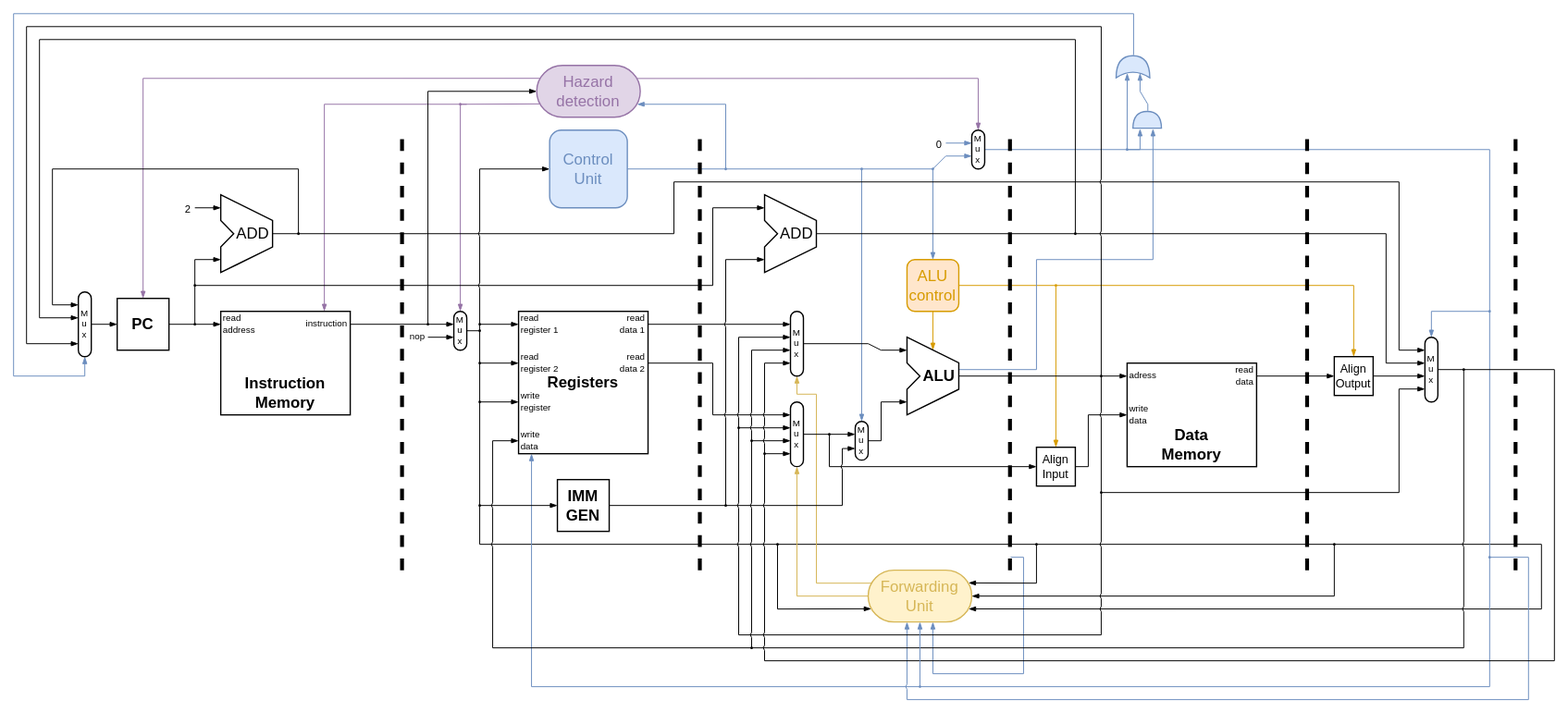
The draw.io diagram cpu_design.svg in FenFM/Advanced-VLSI-Design, before a commit. Source tidied: cells renumbered, new cells last; positions are measured from the earlier drawing's top-left corner, leaving out a move shared by most shapes.
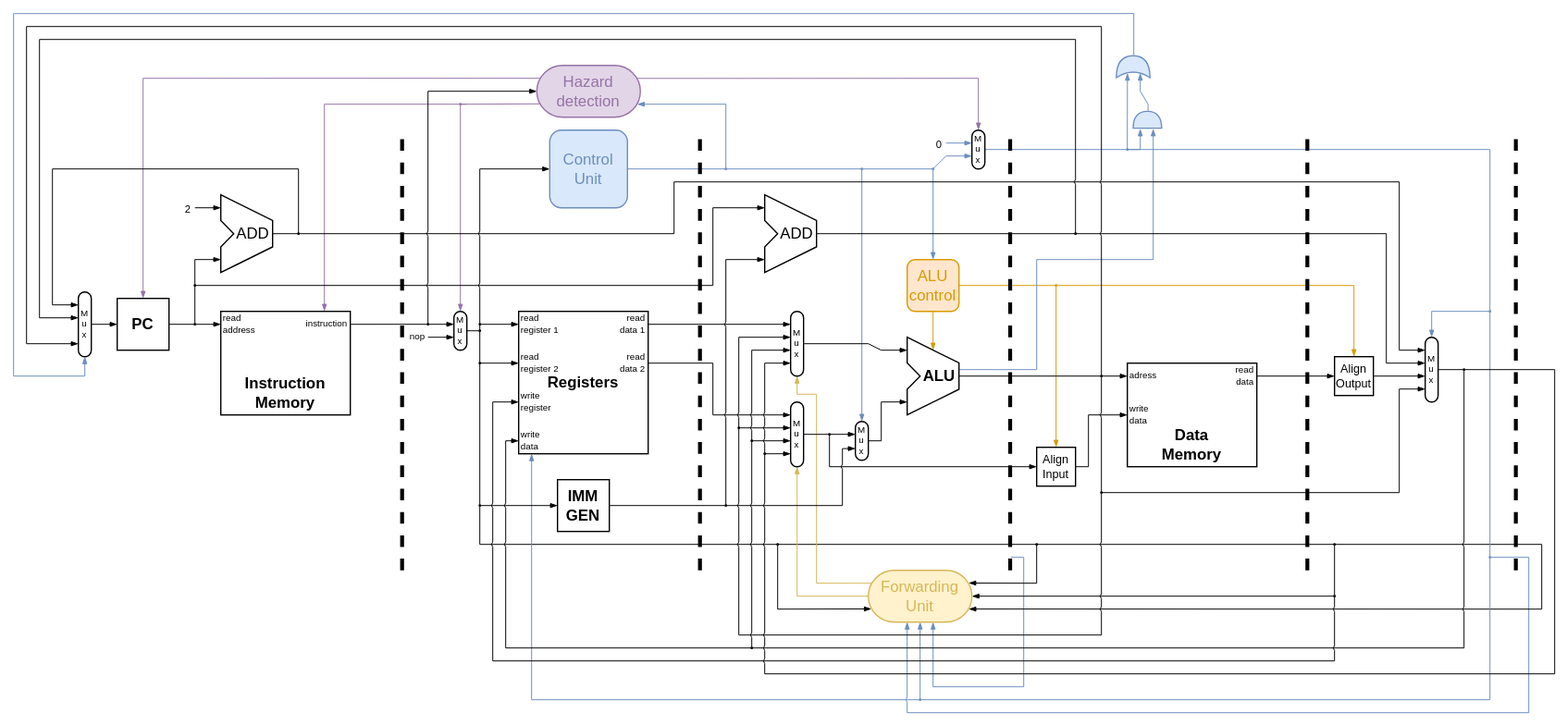
Above is the later version.

What changed in the source:
```diff
@@ -2,9 +2,37 @@
   <root>
     <mxCell id="0" />
     <mxCell id="1" parent="0" />
-    <mxCell id="2" style="rounded=0;whiteSpace=wrap;html=1;strokeColor=none;" parent="1" vertex="1">
-      <mxGeometry width="1210" height="550" as="geometry" />
-    </mxCell>
+    <mxCell id="151" style="rounded=0;whiteSpace=wrap;html=1;strokeColor=none;" parent="1" vertex="1">
+      <mxGeometry width="1210" height="560" as="geometry" />
+    </mxCell>
+    <mxCell id="4" style="endArrow=blockThin;html=1;rounded=0;strokeColor=#6c8ebf;strokeWidth=0.7;align=center;verticalAlign=middle;fontFamily=Helvetica;fontSize=11;fontColor=default;labelBackgroundColor=default;startSize=4;endFill=1;endSize=4;fillColor=#dae8fc;entryX=0.625;entryY=1;entryDx=0;entryDy=0;entryPerimeter=0;" parent="1" edge="1" target="58">
+      <mxGeometry relative="1" as="geometry">
+        <mxPoint x="780" y="430" as="sourcePoint" />
+        <Array as="points">
+          <mxPoint x="790" y="430" />
+          <mxPoint x="790" y="530" />
+          <mxPoint x="720" y="530" />
+        </Array>
+      </mxGeometry>
+    </mxCell>
+    <mxCell id="11" style="endArrow=blockThin;html=1;rounded=0;strokeColor=#6c8ebf;strokeWidth=0.7;align=center;verticalAlign=middle;fontFamily=Helvetica;fontSize=11;fontColor=default;labelBackgroundColor=default;startSize=4;endFill=1;endSize=4;fillColor=#dae8fc;entryX=0.375;entryY=1;entryDx=0;entryDy=0;entryPerimeter=0;" parent="1" edge="1" target="58">
+      <mxGeometry relative="1" as="geometry">
+        <mxPoint x="1150" y="430" as="sourcePoint" />
+        <Array as="points">
+          <mxPoint x="1180" y="430" />
+          <mxPoint x="1180" y="550" />
+          <mxPoint x="700" y="550" />
+          <mxPoint x="700" y="542" />
+          <mxPoint x="699" y="540" />
+          <mxPoint x="700" y="538" />
+        </Array>
+      </mxGeometry>
+    </mxCell>
+    <mxCell id="145" style="endArrow=blockThin;html=1;rounded=0;fillColor=#dae8fc;strokeColor=#6c8ebf;strokeWidth=0.7;align=center;verticalAlign=middle;fontFamily=Helvetica;fontSize=11;fontColor=default;labelBackgroundColor=default;startSize=4;endFill=1;endSize=4;entryX=0.5;entryY=1;entryDx=0;entryDy=0;" parent="1" edge="1" target="58">
+      <mxGeometry relative="1" as="geometry">
+        <mxPoint x="710" y="540" as="sourcePoint" />
+      </mxGeometry>
+    </mxCell>
     <mxCell id="3" style="endArrow=blockThin;html=1;rounded=0;fillColor=#e1d5e7;strokeColor=#9673a6;strokeWidth=0.7;align=center;verticalAlign=middle;fontFamily=Helvetica;fontSize=11;fontColor=default;labelBackgroundColor=default;startSize=4;endFill=1;endSize=4;entryX=0.5;entryY=0;entryDx=0;entryDy=0;" parent="1" edge="1" target="31">
       <mxGeometry relative="1" as="geometry">
         <mxPoint x="360" y="80" as="sourcePoint" />
@@ -13,16 +41,6 @@
         </Array>
       </mxGeometry>
     </mxCell>
-    <mxCell id="4" style="endArrow=blockThin;html=1;rounded=0;strokeColor=#6c8ebf;strokeWidth=0.7;align=center;verticalAlign=middle;fontFamily=Helvetica;fontSize=11;fontColor=default;labelBackgroundColor=default;startSize=4;endFill=1;endSize=4;fillColor=#dae8fc;entryX=0.625;entryY=1;entryDx=0;entryDy=0;entryPerimeter=0;" parent="1" edge="1" target="58">
-      <mxGeometry relative="1" as="geometry">
-        <mxPoint x="780" y="430" as="sourcePoint" />
-        <Array as="points">
-          <mxPoint x="790" y="430" />
-          <mxPoint x="790" y="520" />
-          <mxPoint x="720" y="520" />
-        </Array>
-      </mxGeometry>
-    </mxCell>
     <mxCell id="5" style="endArrow=blockThin;html=1;rounded=0;strokeColor=default;strokeWidth=0.7;align=center;verticalAlign=middle;fontFamily=Helvetica;fontSize=11;fontColor=default;labelBackgroundColor=default;startSize=4;endFill=1;endSize=4;entryX=0.969;entryY=0.246;entryDx=0;entryDy=0;entryPerimeter=0;" parent="1" edge="1" target="58">
       <mxGeometry relative="1" as="geometry">
         <mxPoint x="800" y="420" as="sourcePoint" />
@@ -64,24 +82,11 @@
         <mxPoint x="870" y="115" as="sourcePoint" />
         <Array as="points">
           <mxPoint x="1150" y="115" />
-          <mxPoint x="1150" y="530" />
-          <mxPoint x="410" y="530" />
+          <mxPoint x="1150" y="540" />
+          <mxPoint x="410" y="540" />
         </Array>
       </mxGeometry>
     </mxCell>
-    <mxCell id="11" style="endArrow=blockThin;html=1;rounded=0;strokeColor=#6c8ebf;strokeWidth=0.7;align=center;verticalAlign=middle;fontFamily=Helvetica;fontSize=11;fontColor=default;labelBackgroundColor=default;startSize=4;endFill=1;endSize=4;fillColor=#dae8fc;entryX=0.375;entryY=1;entryDx=0;entryDy=0;entryPerimeter=0;" parent="1" edge="1" target="58">
-      <mxGeometry relative="1" as="geometry">
-        <mxPoint x="1150" y="430" as="sourcePoint" />
-        <Array as="points">
-          <mxPoint x="1180" y="430" />
-          <mxPoint x="1180" y="540" />
-          <mxPoint x="700" y="540" />
-          <mxPoint x="700" y="532" />
-          <mxPoint x="699" y="530" />
-          <mxPoint x="700" y="528" />
-        </Array>
-      </mxGeometry>
-    </mxCell>
     <mxCell id="12" style="endArrow=blockThin;html=1;rounded=0;fillColor=#ffe6cc;strokeColor=#d79b00;strokeWidth=0.7;align=center;verticalAlign=middle;fontFamily=Helvetica;fontSize=11;fontColor=default;labelBackgroundColor=default;startSize=4;endFill=1;endSize=4;exitX=1;exitY=0.5;exitDx=0;exitDy=0;entryX=0.5;entryY=0;entryDx=0;entryDy=0;" parent="1" edge="1" source="59" target="67">
       <mxGeometry relative="1" as="geometry">
         <Array as="points">
@@ -202,6 +207,12 @@
       <mxGeometry relative="1" as="geometry">
         <mxPoint x="330" y="250" as="sourcePoint" />
         <Array as="points">
+          <mxPoint x="330" y="222" />
+          <mxPoint x="329" y="220" />
+          <mxPoint x="330" y="218" />
+          <mxPoint x="330" y="182" />
+          <mxPoint x="329" y="180" />
+          <mxPoint x="330" y="178" />
           <mxPoint x="330" y="70" />
         </Array>
       </mxGeometry>
@@ -428,11 +439,6 @@
         <mxPoint x="370" y="280" as="sourcePoint" />
       </mxGeometry>
     </mxCell>
-    <mxCell id="89" style="endArrow=blockThin;html=1;rounded=0;strokeColor=default;strokeWidth=0.7;align=center;verticalAlign=middle;fontFamily=Helvetica;fontSize=11;fontColor=default;labelBackgroundColor=default;startSize=4;endFill=1;endSize=4;entryX=0;entryY=0.5;entryDx=0;entryDy=0;" parent="1" edge="1" target="43">
-      <mxGeometry relative="1" as="geometry">
-        <mxPoint x="370" y="310" as="sourcePoint" />
-      </mxGeometry>
-    </mxCell>
     <mxCell id="90" style="endArrow=blockThin;html=1;rounded=0;strokeColor=default;strokeWidth=0.7;align=center;verticalAlign=middle;fontFamily=Helvetica;fontSize=11;fontColor=default;labelBackgroundColor=default;startSize=4;endFill=1;endSize=4;entryX=0;entryY=0.5;entryDx=0;entryDy=0;exitX=1;exitY=0.5;exitDx=0;exitDy=0;" parent="1" edge="1" source="68" target="44">
       <mxGeometry relative="1" as="geometry">
         <Array as="points">
@@ -444,23 +450,20 @@
           <mxPoint x="1129" y="470" />
           <mxPoint x="1130" y="472" />
           <mxPoint x="1130" y="500" />
-          <mxPoint x="380" y="500" />
-          <mxPoint x="380" y="422" />
-          <mxPoint x="379" y="420" />
-          <mxPoint x="380" y="418" />
-          <mxPoint x="380" y="392" />
-          <mxPoint x="379" y="390" />
-          <mxPoint x="380" y="388" />
-          <mxPoint x="380" y="340" />
+          <mxPoint x="390" y="500" />
+          <mxPoint x="390" y="422" />
+          <mxPoint x="389" y="420" />
+          <mxPoint x="390" y="418" />
+          <mxPoint x="390" y="392" />
+          <mxPoint x="389" y="390" />
+          <mxPoint x="390" y="388" />
+          <mxPoint x="390" y="340" />
         </Array>
       </mxGeometry>
     </mxCell>
     <mxCell id="91" style="ellipse;whiteSpace=wrap;html=1;fillColor=#000000;strokeColor=none;" parent="1" vertex="1">
       <mxGeometry x="369" y="279" width="2" height="2" as="geometry" />
     </mxCell>
-    <mxCell id="92" style="ellipse;whiteSpace=wrap;html=1;fillColor=#000000;strokeColor=none;" parent="1" vertex="1">
-      <mxGeometry x="369" y="309" width="2" height="2" as="geometry" />
-    </mxCell>
     <mxCell id="93" style="ellipse;whiteSpace=wrap;html=1;fillColor=#000000;strokeColor=none;" parent="1" vertex="1">
       <mxGeometry x="369" y="389" width="2" height="2" as="geometry" />
     </mxCell>
@@ -566,8 +569,11 @@
         <mxPoint x="1130" y="285" as="sourcePoint" />
         <Array as="points">
           <mxPoint x="1200" y="285" />
-          <mxPoint x="1200" y="510" />
-          <mxPoint x="590" y="510" />
+          <mxPoint x="1200" y="520" />
+          <mxPoint x="590" y="520" />
+          <mxPoint x="590" y="512" />
+          <mxPoint x="589" y="510" />
+          <mxPoint x="590" y="508" />
           <mxPoint x="590" y="502" />
           <mxPoint x="589" y="500" />
           <mxPoint x="590" y="498" />
@@ -648,6 +654,9 @@
       <mxGeometry relative="1" as="geometry">
         <Array as="points">
           <mxPoint x="830" y="180" />
+          <mxPoint x="830" y="142" />
+          <mxPoint x="829" y="140" />
+          <mxPoint x="830" y="138" />
           <mxPoint x="830" y="30" />
           <mxPoint x="30" y="30" />
           <mxPoint x="30" y="245" />
@@ -807,13 +816,8 @@
     <mxCell id="144" style="ellipse;whiteSpace=wrap;html=1;fillColor=#000000;strokeColor=none;" parent="1" vertex="1">
       <mxGeometry x="1029" y="419" width="2" height="2" as="geometry" />
     </mxCell>
-    <mxCell id="145" style="endArrow=blockThin;html=1;rounded=0;fillColor=#dae8fc;strokeColor=#6c8ebf;strokeWidth=0.7;align=center;verticalAlign=middle;fontFamily=Helvetica;fontSize=11;fontColor=default;labelBackgroundColor=default;startSize=4;endFill=1;endSize=4;entryX=0.5;entryY=1;entryDx=0;entryDy=0;" parent="1" edge="1" target="58">
-      <mxGeometry relative="1" as="geometry">
-        <mxPoint x="710" y="530" as="sourcePoint" />
-      </mxGeometry>
-    </mxCell>
     <mxCell id="146" style="ellipse;whiteSpace=wrap;html=1;fillColor=#6C8EBF;strokeColor=none;" parent="1" vertex="1">
-      <mxGeometry x="709" y="529" width="2" height="2" as="geometry" />
+      <mxGeometry x="709" y="539" width="2" height="2" as="geometry" />
     </mxCell>
     <mxCell id="147" style="ellipse;whiteSpace=wrap;html=1;fillColor=#6C8EBF;strokeColor=none;" parent="1" vertex="1">
       <mxGeometry x="1149" y="429" width="2" height="2" as="geometry" />
@@ -832,5 +836,30 @@
     <mxCell id="150" style="ellipse;whiteSpace=wrap;html=1;fillColor=#6C8EBF;strokeColor=none;" parent="1" vertex="1">
       <mxGeometry x="1149" y="239" width="2" height="2" as="geometry" />
     </mxCell>
+    <mxCell id="152" style="endArrow=blockThin;html=1;rounded=0;strokeColor=default;strokeWidth=0.7;align=center;verticalAlign=middle;fontFamily=Helvetica;fontSize=11;fontColor=default;labelBackgroundColor=default;startSize=4;endFill=1;endSize=4;entryX=0;entryY=0.5;entryDx=0;entryDy=0;" parent="1" edge="1" target="43">
+      <mxGeometry relative="1" as="geometry">
+        <mxPoint x="1030" y="460" as="sourcePoint" />
+        <Array as="points">
+          <mxPoint x="1030" y="468" />
+          <mxPoint x="1029" y="470" />
+          <mxPoint x="1030" y="472" />
+          <mxPoint x="1030" y="498" />
+          <mxPoint x="1029" y="500" />
+          <mxPoint x="1030" y="502" />
+          <mxPoint x="1030" y="510" />
+          <mxPoint x="380" y="510" />
+          <mxPoint x="380" y="422" />
+          <mxPoint x="379" y="420" />
+          <mxPoint x="380" y="418" />
+          <mxPoint x="380" y="392" />
+          <mxPoint x="379" y="390" />
+          <mxPoint x="380" y="388" />
+          <mxPoint x="380" y="310" />
+        </Array>
+      </mxGeometry>
+    </mxCell>
+    <mxCell id="153" style="ellipse;whiteSpace=wrap;html=1;fillColor=#000000;strokeColor=none;" parent="1" vertex="1">
+      <mxGeometry x="1029" y="459" width="2" height="2" as="geometry" />
+    </mxCell>
   </root>
 </mxGraphModel>
```
